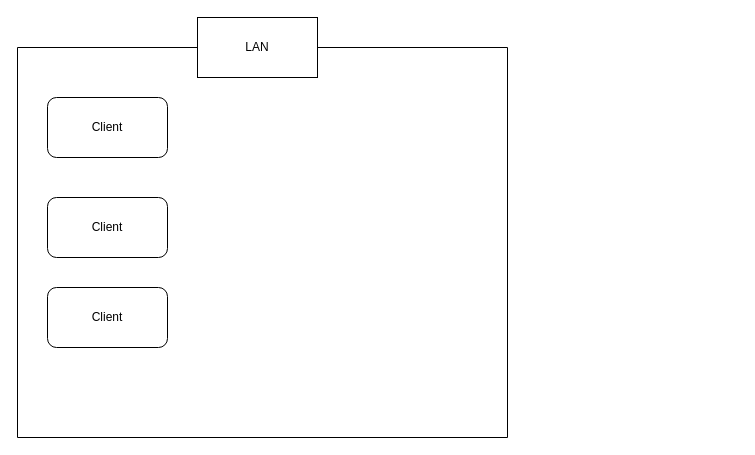
Earlier version of the draw.io diagram Nginx代理.drawio (pcorvoh/-warehouse). Source tidied: cells renumbered, new cells numbered last; positions are measured from the earlier drawing's top-left corner, leaving out a move shared by most shapes. Both pictures are drawn from the tidied source at 100%, with x=0, y=0 at pixel (17, 17).
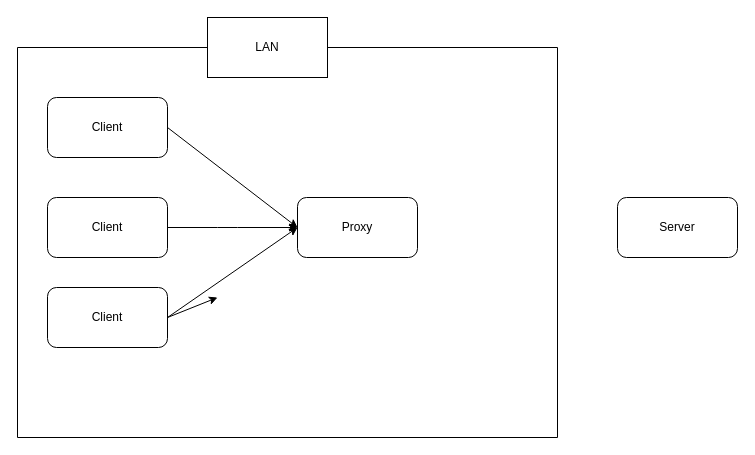
After the change.

Change to the diagram source:
```diff
@@
 <mxGraphModel>
   <root>
     <mxCell id="0" />
     <mxCell id="1" parent="0" />
     <mxCell id="2" value="Client" style="rounded=1;whiteSpace=wrap;html=1;" parent="1" vertex="1">
       <mxGeometry x="30" y="80" width="120" height="60" as="geometry" />
     </mxCell>
     <mxCell id="3" style="swimlane;startSize=0;" parent="1" vertex="1">
-      <mxGeometry y="30" width="490" height="390" as="geometry" />
+      <mxGeometry y="30" width="540" height="390" as="geometry" />
     </mxCell>
     <mxCell id="4" value="Client" style="rounded=1;whiteSpace=wrap;html=1;" parent="3" vertex="1">
       <mxGeometry x="30" y="150" width="120" height="60" as="geometry" />
     </mxCell>
     <mxCell id="5" value="Client" style="rounded=1;whiteSpace=wrap;html=1;" parent="3" vertex="1">
       <mxGeometry x="30" y="240" width="120" height="60" as="geometry" />
     </mxCell>
+    <mxCell id="7" value="Proxy" style="rounded=1;whiteSpace=wrap;html=1;" parent="3" vertex="1">
+      <mxGeometry x="280" y="150" width="120" height="60" as="geometry" />
+    </mxCell>
+    <mxCell id="8" style="endArrow=classic;html=1;exitX=1;exitY=0.5;exitDx=0;exitDy=0;" parent="3" edge="1" source="5">
+      <mxGeometry relative="1" as="geometry">
+        <mxPoint x="200" y="250" as="targetPoint" />
+      </mxGeometry>
+    </mxCell>
+    <mxCell id="9" style="endArrow=classic;html=1;exitX=1;exitY=0.5;exitDx=0;exitDy=0;entryX=0;entryY=0.5;entryDx=0;entryDy=0;" parent="3" edge="1" source="5" target="7">
+      <mxGeometry relative="1" as="geometry" />
+    </mxCell>
-    <mxCell id="6" value="LAN" style="whiteSpace=wrap;html=1;" parent="3" vertex="1">
-      <mxGeometry x="180" y="-30" width="120" height="60" as="geometry" />
+    <mxCell id="6" value="LAN" style="whiteSpace=wrap;html=1;" parent="1" vertex="1">
+      <mxGeometry x="190" width="120" height="60" as="geometry" />
     </mxCell>
+    <mxCell id="10" style="endArrow=classic;html=1;exitX=1;exitY=0.5;exitDx=0;exitDy=0;entryX=0;entryY=0.5;entryDx=0;entryDy=0;" parent="1" edge="1" source="2" target="7">
+      <mxGeometry relative="1" as="geometry" />
+    </mxCell>
+    <mxCell id="11" style="endArrow=classic;html=1;exitX=1;exitY=0.5;exitDx=0;exitDy=0;" parent="1" edge="1" source="4">
+      <mxGeometry relative="1" as="geometry">
+        <mxPoint x="280" y="210" as="targetPoint" />
+        <Array as="points">
+          <mxPoint x="210" y="210" />
+        </Array>
+      </mxGeometry>
+    </mxCell>
+    <mxCell id="12" value="Server" style="rounded=1;whiteSpace=wrap;html=1;" parent="1" vertex="1">
+      <mxGeometry x="600" y="180" width="120" height="60" as="geometry" />
+    </mxCell>
   </root>
 </mxGraphModel>
```
